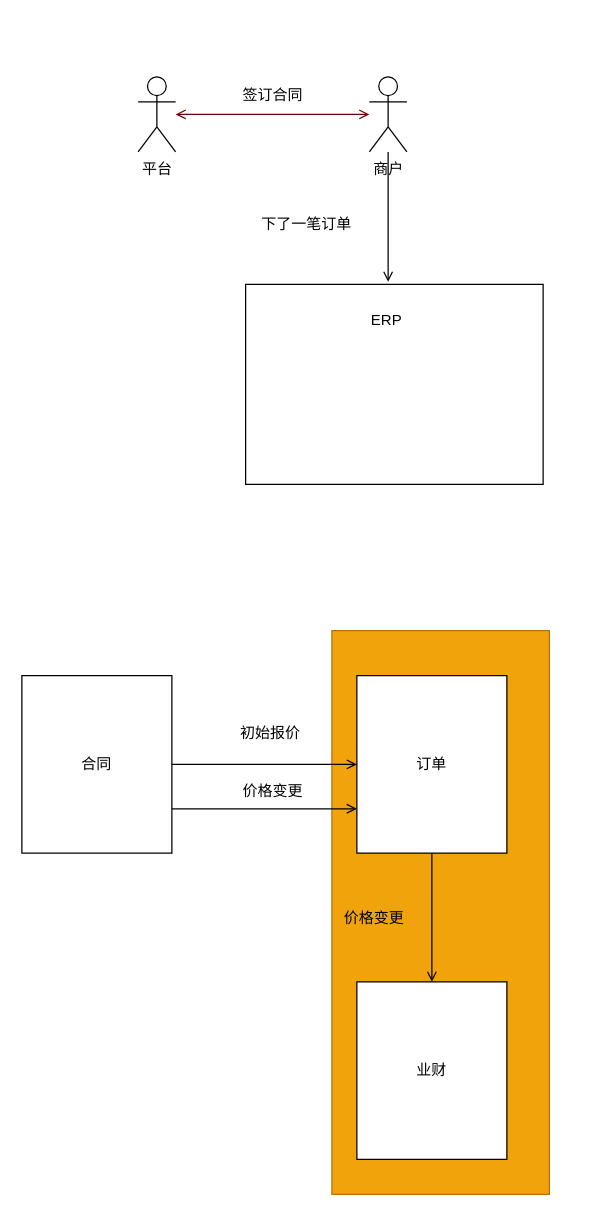
lokiworks/drawio keeps this draw.io diagram as page "Page-5" (5 of 5) of 物流.drawio. Above is the earlier version. Source tidied: cells renumbered, new cells numbered last; positions are measured from the earlier drawing's top-left corner, leaving out a move shared by most shapes. Both pictures are drawn from the tidied source at 125%, with x=0, y=0 at pixel (21, 76).
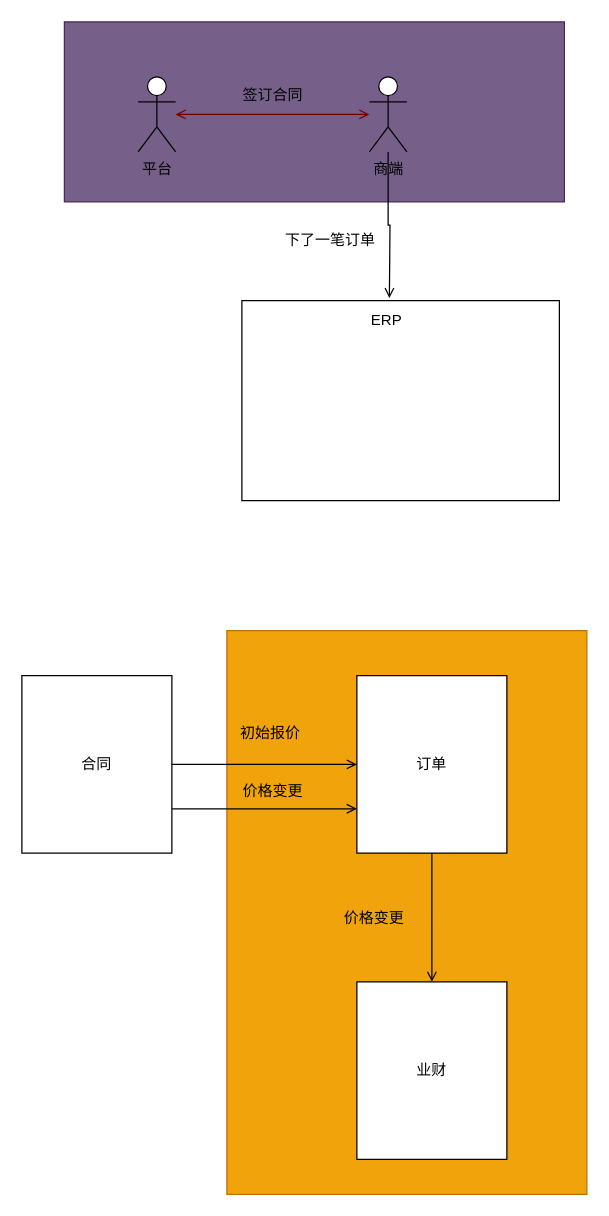
Above is the later version.

The edit, as a diff of the source:
```diff
@@
+    <mxCell id="20" style="rounded=0;whiteSpace=wrap;html=1;strokeColor=#432D57;fillColor=#76608a;fontColor=#ffffff;" parent="1" vertex="1">
+      <mxGeometry x="34" y="-44" width="400" height="144" as="geometry" />
+    </mxCell>
     <mxCell id="2" style="rounded=0;whiteSpace=wrap;html=1;strokeColor=#BD7000;fillColor=#f0a30a;fontColor=#000000;" parent="1" vertex="1">
-      <mxGeometry x="248" y="443" width="174" height="451" as="geometry" />
+      <mxGeometry x="164" y="443" width="288" height="451" as="geometry" />
     </mxCell>
@@
     <mxCell id="5" style="edgeStyle=orthogonalEdgeStyle;rounded=0;jettySize=auto;html=1;startArrow=none;startFill=0;endArrow=open;endFill=0;" parent="1" edge="1" source="6">
       <mxGeometry relative="1" as="geometry">
-        <mxPoint x="293" y="164" as="targetPoint" />
+        <mxPoint x="294" y="177" as="targetPoint" />
       </mxGeometry>
     </mxCell>
-    <mxCell id="6" value="商户" style="shape=umlActor;verticalLabelPosition=bottom;verticalAlign=top;html=1;outlineConnect=0;strokeColor=default;" parent="1" vertex="1">
+    <mxCell id="6" value="商端" style="shape=umlActor;verticalLabelPosition=bottom;verticalAlign=top;html=1;outlineConnect=0;strokeColor=default;" parent="1" vertex="1">
       <mxGeometry x="278" width="30" height="60" as="geometry" />
     </mxCell>
@@
     <mxCell id="8" style="rounded=0;whiteSpace=wrap;html=1;strokeColor=default;" parent="1" vertex="1">
-      <mxGeometry x="179" y="166" width="238" height="160" as="geometry" />
+      <mxGeometry x="176" y="179" width="254" height="160" as="geometry" />
     </mxCell>
@@
     <mxCell id="10" value="下了一笔订单" style="text;html=1;strokeColor=none;fillColor=none;align=center;verticalAlign=middle;whiteSpace=wrap;rounded=0;" parent="1" vertex="1">
-      <mxGeometry x="184" y="103" width="88" height="30" as="geometry" />
+      <mxGeometry x="203" y="116" width="88" height="30" as="geometry" />
     </mxCell>
```
